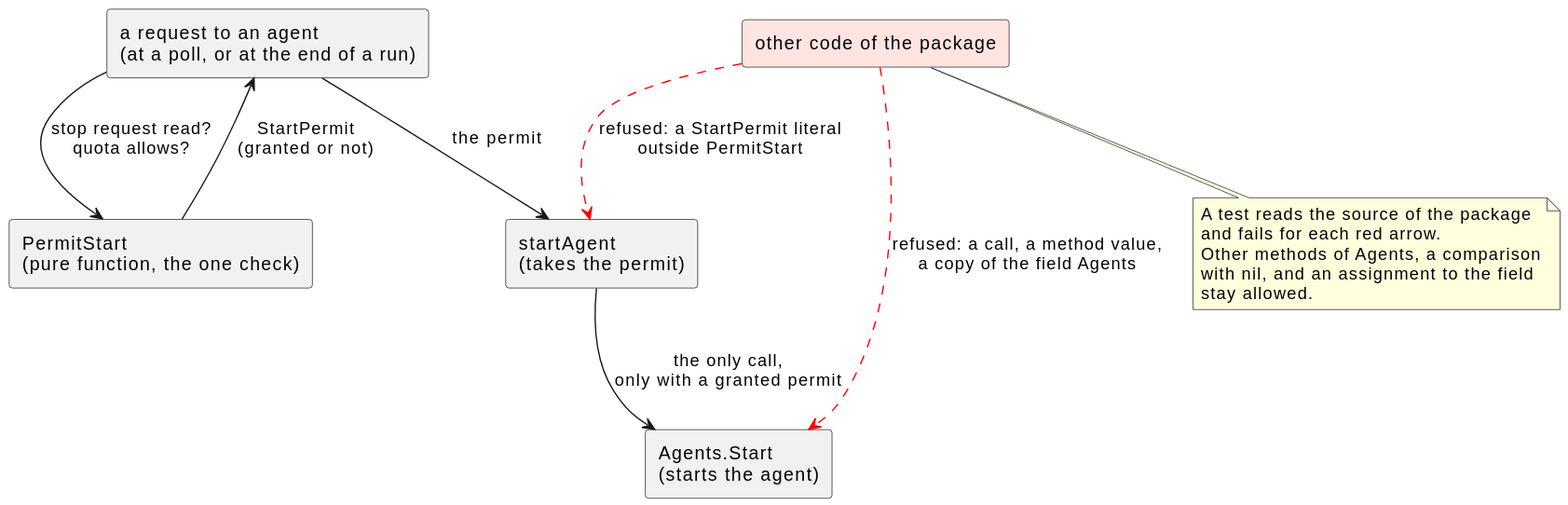
Before: docs/ja/designs/agent-start-single-caller.svg, a diagram exported from PlantUML (cloveclovedev/cumin-works). Its diagram source:
```plantuml
@startuml
skinparam shadowing false
skinparam defaultFontName sans-serif

rectangle "a request to an agent\n(at a poll, or at the end of a run)" as request
rectangle "PermitStart\n(pure function, the one check)" as check
rectangle "startAgent\n(takes the permit)" as caller
rectangle "Agents.Start\n(starts the agent)" as start
rectangle "other code of the package" as other #MistyRose

request --> check : stop request read?\nquota allows?
check --> request : StartPermit\n(granted or not)
request --> caller : the permit
caller --> start : the only call,\nonly with a granted permit

other -[#red,dashed]-> start : refused: a call, a method value,\na copy of the field Agents
other -[#red,dashed]-> caller : refused: a StartPermit literal\noutside PermitStart

note bottom of other
  A test reads the source of the package
  and fails for each red arrow.
  Other methods of Agents, a comparison
  with nil, and an assignment to the field
  stay allowed.
end note
@enduml
```
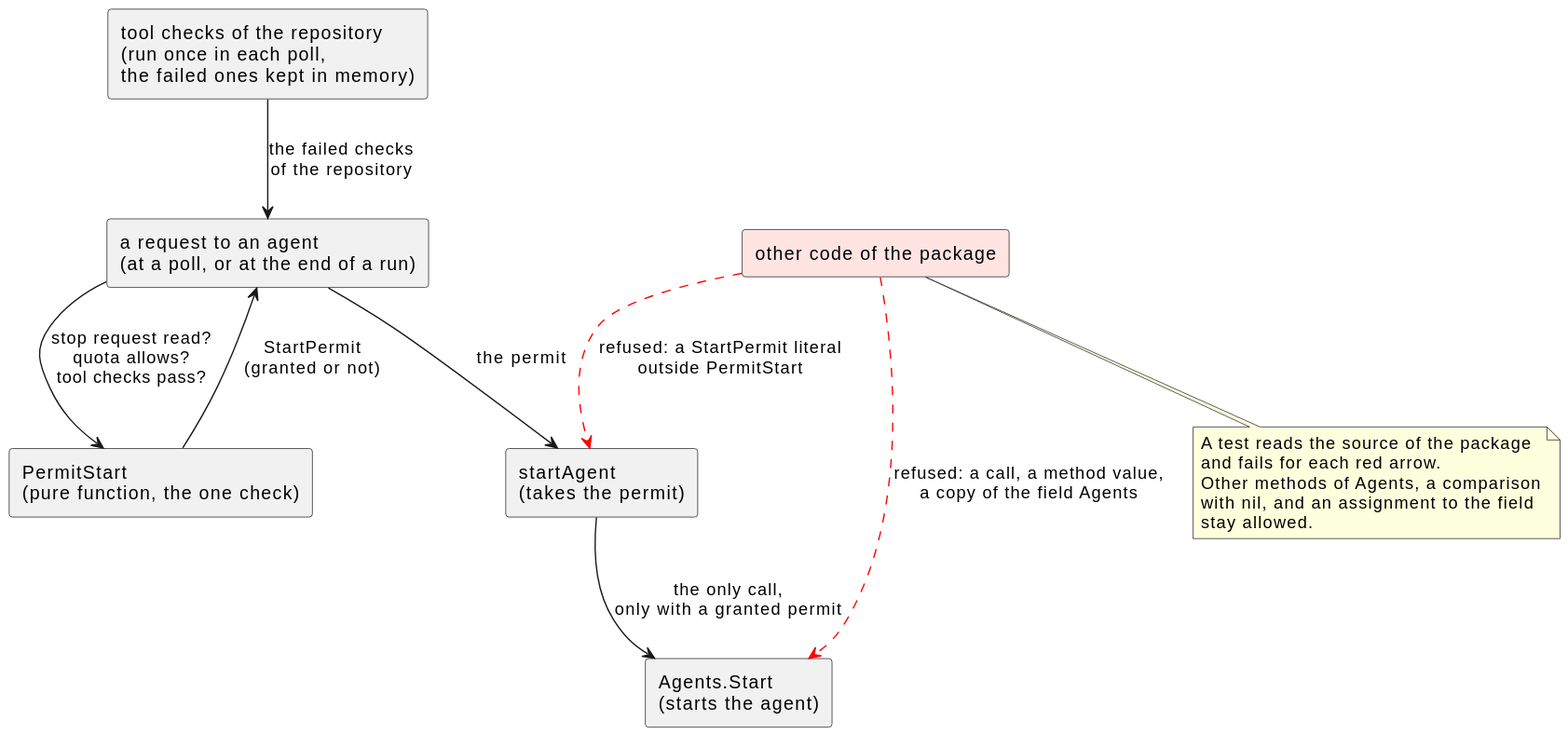
The same file after the commit.

What changed in the source:
```diff
@@ -3,12 +3,14 @@
 skinparam defaultFontName sans-serif
 
 rectangle "a request to an agent\n(at a poll, or at the end of a run)" as request
+rectangle "tool checks of the repository\n(run once in each poll,\nthe failed ones kept in memory)" as tools
 rectangle "PermitStart\n(pure function, the one check)" as check
 rectangle "startAgent\n(takes the permit)" as caller
 rectangle "Agents.Start\n(starts the agent)" as start
 rectangle "other code of the package" as other #MistyRose
 
-request --> check : stop request read?\nquota allows?
+tools --> request : the failed checks\nof the repository
+request --> check : stop request read?\nquota allows?\ntool checks pass?
 check --> request : StartPermit\n(granted or not)
 request --> caller : the permit
 caller --> start : the only call,\nonly with a granted permit
```
